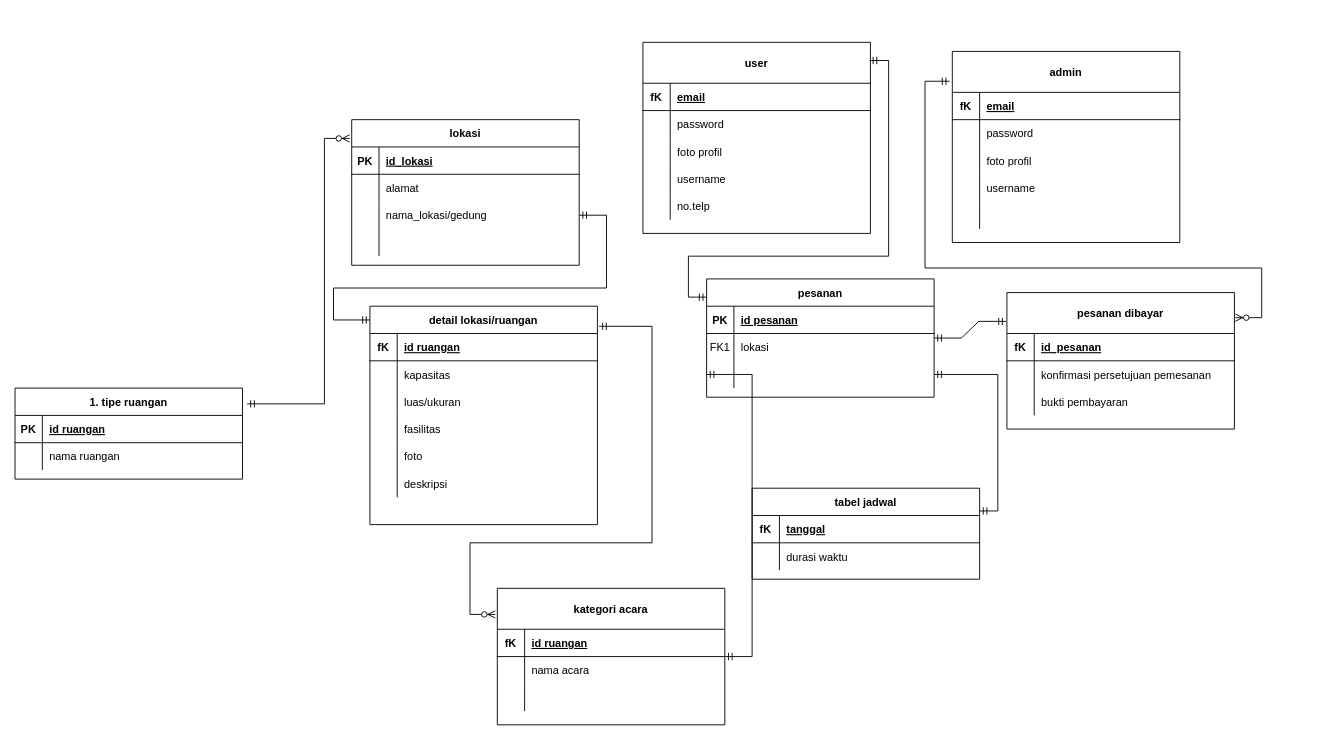
The draw.io diagram erd.drawio in ardya6/erd-dfd, before the edit. Source tidied: cells renumbered, new cells numbered last; positions are measured from the earlier drawing's top-left corner, leaving out a move shared by most shapes. Both pictures are drawn from the tidied source at 91%, with x=0, y=0 at pixel (15, 42).
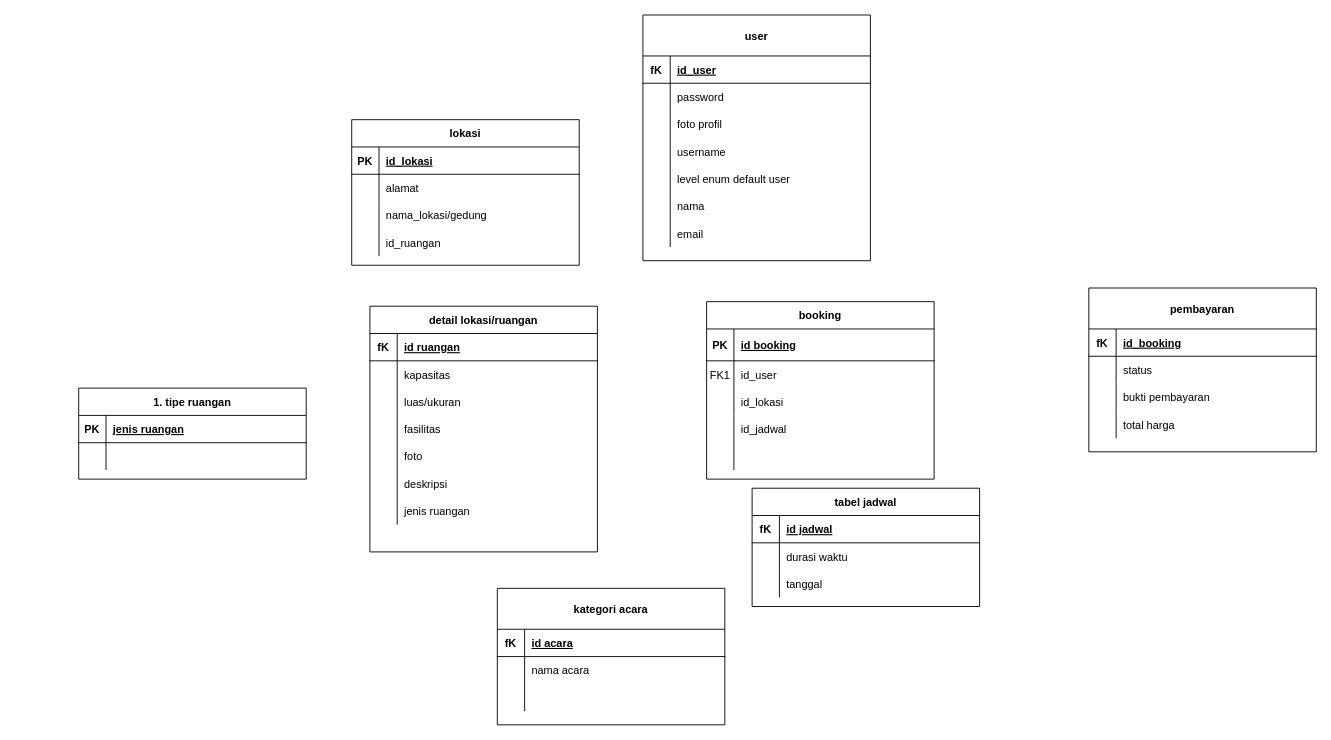
The same page after the edit.

The change refers to these unchanged cells:
```xml
<mxCell id="12" value="lokasi" style="shape=table;startSize=30;childLayout=tableLayout;rowLines=0;fontStyle=1;align=center;" parent="1" vertex="1">
  <mxGeometry x="370" y="85" width="250" height="160" as="geometry" />
</mxCell>
<mxCell id="19" style="shape=partialRectangle;fillColor=none;points=[[0,0.5],[1,0.5]];portConstraint=eastwest;top=0;left=0;right=0;bottom=0;" parent="12" vertex="1">
  <mxGeometry y="90" width="250" height="30" as="geometry" />
</mxCell>
<mxCell id="22" style="shape=partialRectangle;fillColor=none;top=0;left=0;right=0;bottom=0;" parent="12" vertex="1">
  <mxGeometry y="120" width="250" height="30" as="geometry" />
</mxCell>
<mxCell id="26" style="shape=partialRectangle;fillColor=none;top=0;left=0;right=0;bottom=1;" parent="25" vertex="1">
  <mxGeometry y="30" width="250" height="30" as="geometry" />
</mxCell>
<mxCell id="29" style="shape=partialRectangle;fillColor=none;top=0;left=0;right=0;bottom=0;" parent="25" vertex="1">
  <mxGeometry y="60" width="250" height="30" as="geometry" />
</mxCell>
<mxCell id="51" value="kategori acara" style="shape=table;startSize=45;childLayout=tableLayout;rowLines=0;fontStyle=1;align=center;" parent="1" vertex="1">
  <mxGeometry x="530" y="600" width="250" height="150" as="geometry" />
</mxCell>
<mxCell id="52" style="shape=partialRectangle;fillColor=none;top=0;left=0;right=0;bottom=1;" parent="51" vertex="1">
  <mxGeometry y="45" width="250" height="30" as="geometry" />
</mxCell>
<mxCell id="62" style="shape=partialRectangle;fillColor=none;top=0;left=0;right=0;bottom=1;" parent="61" vertex="1">
  <mxGeometry y="45" width="250" height="30" as="geometry" />
</mxCell>
<mxCell id="94" style="shape=partialRectangle;fillColor=none;top=0;left=0;right=0;bottom=1;" parent="93" vertex="1">
  <mxGeometry y="45" width="250" height="30" as="geometry" />
</mxCell>
<mxCell id="97" style="shape=partialRectangle;fillColor=none;top=0;left=0;right=0;bottom=0;" parent="93" vertex="1">
  <mxGeometry y="75" width="250" height="30" as="geometry" />
</mxCell>
<mxCell id="104" style="shape=partialRectangle;fillColor=none;top=0;left=0;right=0;bottom=1;" parent="103" vertex="1">
  <mxGeometry y="30" width="250" height="30" as="geometry" />
</mxCell>
```

Diff of the diagram source:
```diff
@@
-    <mxCell id="2" value="pesanan" style="shape=table;startSize=30;childLayout=tableLayout;rowLines=0;fontStyle=1;align=center;" parent="1" vertex="1">
-      <mxGeometry x="760" y="260" width="250" height="130" as="geometry" />
+    <mxCell id="2" value="booking" style="shape=table;startSize=30;childLayout=tableLayout;rowLines=0;fontStyle=1;align=center;" parent="1" vertex="1">
+      <mxGeometry x="760" y="285" width="250" height="195" as="geometry" />
     </mxCell>
     <mxCell id="3" style="shape=partialRectangle;fillColor=none;top=0;left=0;right=0;bottom=1;" parent="2" vertex="1">
-      <mxGeometry y="30" width="250" height="30" as="geometry" />
+      <mxGeometry y="30" width="250" height="35" as="geometry" />
     </mxCell>
     <mxCell id="4" value="PK" style="shape=partialRectangle;overflow=hidden;fillColor=none;top=0;left=0;bottom=0;right=0;fontStyle=1;" parent="3" vertex="1">
-      <mxGeometry width="30" height="30" as="geometry" />
+      <mxGeometry width="30" height="35" as="geometry" />
     </mxCell>
-    <mxCell id="5" value="id pesanan" style="shape=partialRectangle;overflow=hidden;fillColor=none;top=0;left=0;bottom=0;right=0;align=left;spacingLeft=6;fontStyle=5;" parent="3" vertex="1">
-      <mxGeometry x="30" width="220" height="30" as="geometry" />
+    <mxCell id="5" value="id booking" style="shape=partialRectangle;overflow=hidden;fillColor=none;top=0;left=0;bottom=0;right=0;align=left;spacingLeft=6;fontStyle=5;" parent="3" vertex="1">
+      <mxGeometry x="30" width="220" height="35" as="geometry" />
     </mxCell>
     <mxCell id="6" style="shape=partialRectangle;fillColor=none;top=0;left=0;right=0;bottom=0;" parent="2" vertex="1">
-      <mxGeometry y="60" width="250" height="30" as="geometry" />
+      <mxGeometry y="65" width="250" height="30" as="geometry" />
     </mxCell>
@@
-    <mxCell id="8" value="lokasi" style="shape=partialRectangle;overflow=hidden;fillColor=none;top=0;left=0;bottom=0;right=0;align=left;spacingLeft=6;" parent="6" vertex="1">
+    <mxCell id="8" value="id_user" style="shape=partialRectangle;overflow=hidden;fillColor=none;top=0;left=0;bottom=0;right=0;align=left;spacingLeft=6;" parent="6" vertex="1">
       <mxGeometry x="30" width="220" height="30" as="geometry" />
     </mxCell>
     <mxCell id="9" style="shape=partialRectangle;fillColor=none;points=[[0,0.5],[1,0.5]];portConstraint=eastwest;top=0;left=0;right=0;bottom=0;" parent="2" vertex="1">
-      <mxGeometry y="90" width="250" height="30" as="geometry" />
+      <mxGeometry y="95" width="250" height="30" as="geometry" />
     </mxCell>
@@
-    <mxCell id="11" style="shape=partialRectangle;overflow=hidden;fillColor=none;top=0;left=0;bottom=0;right=0;align=left;spacingLeft=6;" parent="9" vertex="1">
+    <mxCell id="11" value="id_lokasi" style="shape=partialRectangle;overflow=hidden;fillColor=none;top=0;left=0;bottom=0;right=0;align=left;spacingLeft=6;" parent="9" vertex="1">
       <mxGeometry x="30" width="220" height="30" as="geometry" />
     </mxCell>
+    <mxCell id="118" style="shape=partialRectangle;fillColor=none;top=0;left=0;right=0;bottom=0;" parent="2" vertex="1">
+      <mxGeometry y="125" width="250" height="30" as="geometry" />
+    </mxCell>
+    <mxCell id="119" style="shape=partialRectangle;overflow=hidden;fillColor=none;top=0;left=0;bottom=0;right=0;" parent="118" vertex="1">
+      <mxGeometry width="30" height="30" as="geometry" />
+    </mxCell>
+    <mxCell id="120" value="id_jadwal" style="shape=partialRectangle;overflow=hidden;fillColor=none;top=0;left=0;bottom=0;right=0;align=left;spacingLeft=6;" parent="118" vertex="1">
+      <mxGeometry x="30" width="220" height="30" as="geometry" />
+    </mxCell>
+    <mxCell id="121" style="shape=partialRectangle;fillColor=none;top=0;left=0;right=0;bottom=0;" parent="2" vertex="1">
+      <mxGeometry y="155" width="250" height="30" as="geometry" />
+    </mxCell>
+    <mxCell id="122" style="shape=partialRectangle;overflow=hidden;fillColor=none;top=0;left=0;bottom=0;right=0;" parent="121" vertex="1">
+      <mxGeometry width="30" height="30" as="geometry" />
+    </mxCell>
+    <mxCell id="92" style="shape=partialRectangle;overflow=hidden;fillColor=none;top=0;left=0;bottom=0;right=0;align=left;spacingLeft=6;" parent="121" vertex="1">
+      <mxGeometry x="30" width="220" height="30" as="geometry" />
+    </mxCell>
@@
-    <mxCell id="24" style="shape=partialRectangle;overflow=hidden;fillColor=none;top=0;left=0;bottom=0;right=0;align=left;spacingLeft=6;" parent="22" vertex="1">
+    <mxCell id="24" value="id_ruangan" style="shape=partialRectangle;overflow=hidden;fillColor=none;top=0;left=0;bottom=0;right=0;align=left;spacingLeft=6;" parent="22" vertex="1">
       <mxGeometry x="30" width="220" height="30" as="geometry" />
     </mxCell>
     <mxCell id="25" value="1. tipe ruangan" style="shape=table;startSize=30;childLayout=tableLayout;rowLines=0;fontStyle=1;align=center;" parent="1" vertex="1">
-      <mxGeometry y="380" width="250" height="100" as="geometry" />
+      <mxGeometry x="70" y="380" width="250" height="100" as="geometry" />
     </mxCell>
@@
-    <mxCell id="28" value="id ruangan" style="shape=partialRectangle;overflow=hidden;fillColor=none;top=0;left=0;bottom=0;right=0;align=left;spacingLeft=6;fontStyle=5;" parent="26" vertex="1">
+    <mxCell id="28" value="jenis ruangan" style="shape=partialRectangle;overflow=hidden;fillColor=none;top=0;left=0;bottom=0;right=0;align=left;spacingLeft=6;fontStyle=5;" parent="26" vertex="1">
       <mxGeometry x="30" width="220" height="30" as="geometry" />
     </mxCell>
@@
-    <mxCell id="31" value="nama ruangan" style="shape=partialRectangle;overflow=hidden;fillColor=none;top=0;left=0;bottom=0;right=0;align=left;spacingLeft=6;" parent="29" vertex="1">
+    <mxCell id="31" style="shape=partialRectangle;overflow=hidden;fillColor=none;top=0;left=0;bottom=0;right=0;align=left;spacingLeft=6;" parent="29" vertex="1">
       <mxGeometry x="30" width="220" height="30" as="geometry" />
     </mxCell>
     <mxCell id="32" value="detail lokasi/ruangan" style="shape=table;startSize=30;childLayout=tableLayout;rowLines=0;fontStyle=1;align=center;" parent="1" vertex="1">
-      <mxGeometry x="390" y="290" width="250" height="240" as="geometry" />
+      <mxGeometry x="390" y="290" width="250" height="270" as="geometry" />
     </mxCell>
@@
+    <mxCell id="123" style="shape=partialRectangle;fillColor=none;top=0;left=0;right=0;bottom=0;" parent="32" vertex="1">
+      <mxGeometry y="210" width="250" height="30" as="geometry" />
+    </mxCell>
+    <mxCell id="124" style="shape=partialRectangle;overflow=hidden;fillColor=none;top=0;left=0;bottom=0;right=0;" parent="123" vertex="1">
+      <mxGeometry width="30" height="30" as="geometry" />
+    </mxCell>
+    <mxCell id="125" value="jenis ruangan" style="shape=partialRectangle;overflow=hidden;fillColor=none;top=0;left=0;bottom=0;right=0;align=left;spacingLeft=6;" parent="123" vertex="1">
+      <mxGeometry x="30" width="220" height="30" as="geometry" />
+    </mxCell>
@@
-    <mxCell id="54" value="id ruangan" style="shape=partialRectangle;overflow=hidden;fillColor=none;top=0;left=0;bottom=0;right=0;align=left;spacingLeft=6;fontStyle=5;" parent="52" vertex="1">
+    <mxCell id="54" value="id acara" style="shape=partialRectangle;overflow=hidden;fillColor=none;top=0;left=0;bottom=0;right=0;align=left;spacingLeft=6;fontStyle=5;" parent="52" vertex="1">
       <mxGeometry x="30" width="220" height="30" as="geometry" />
     </mxCell>
@@
     <mxCell id="61" value="user" style="shape=table;startSize=45;childLayout=tableLayout;rowLines=0;fontStyle=1;align=center;" parent="1" vertex="1">
-      <mxGeometry x="690" width="250" height="210" as="geometry" />
+      <mxGeometry x="690" y="-30" width="250" height="270" as="geometry" />
     </mxCell>
@@
-    <mxCell id="64" value="email" style="shape=partialRectangle;overflow=hidden;fillColor=none;top=0;left=0;bottom=0;right=0;align=left;spacingLeft=6;fontStyle=5;" parent="62" vertex="1">
+    <mxCell id="64" value="id_user" style="shape=partialRectangle;overflow=hidden;fillColor=none;top=0;left=0;bottom=0;right=0;align=left;spacingLeft=6;fontStyle=5;" parent="62" vertex="1">
       <mxGeometry x="30" width="220" height="30" as="geometry" />
     </mxCell>
@@
-    <mxCell id="74" style="shape=partialRectangle;fillColor=none;top=0;left=0;right=0;bottom=0;" parent="61" vertex="1">
-      <mxGeometry y="165" width="250" height="30" as="geometry" />
-    </mxCell>
-    <mxCell id="75" style="shape=partialRectangle;overflow=hidden;fillColor=none;top=0;left=0;bottom=0;right=0;" parent="74" vertex="1">
-      <mxGeometry width="30" height="30" as="geometry" />
-    </mxCell>
-    <mxCell id="76" value="no.telp" style="shape=partialRectangle;overflow=hidden;fillColor=none;top=0;left=0;bottom=0;right=0;align=left;spacingLeft=6;" parent="74" vertex="1">
-      <mxGeometry x="30" width="220" height="30" as="geometry" />
-    </mxCell>
-    <mxCell id="77" value="admin" style="shape=table;startSize=45;childLayout=tableLayout;rowLines=0;fontStyle=1;align=center;" parent="1" vertex="1">
-      <mxGeometry x="1030" y="10" width="250" height="210" as="geometry" />
-    </mxCell>
-    <mxCell id="78" style="shape=partialRectangle;fillColor=none;top=0;left=0;right=0;bottom=1;" parent="77" vertex="1">
-      <mxGeometry y="45" width="250" height="30" as="geometry" />
-    </mxCell>
-    <mxCell id="79" value="fK" style="shape=partialRectangle;overflow=hidden;fillColor=none;top=0;left=0;bottom=0;right=0;fontStyle=1;" parent="78" vertex="1">
-      <mxGeometry width="30" height="30" as="geometry" />
-    </mxCell>
+    <mxCell id="126" style="shape=partialRectangle;fillColor=none;top=0;left=0;right=0;bottom=0;" parent="61" vertex="1">
+      <mxGeometry y="165" width="250" height="30" as="geometry" />
+    </mxCell>
+    <mxCell id="127" style="shape=partialRectangle;overflow=hidden;fillColor=none;top=0;left=0;bottom=0;right=0;" parent="126" vertex="1">
+      <mxGeometry width="30" height="30" as="geometry" />
+    </mxCell>
+    <mxCell id="128" value="level enum default user" style="shape=partialRectangle;overflow=hidden;fillColor=none;top=0;left=0;bottom=0;right=0;align=left;spacingLeft=6;" parent="126" vertex="1">
+      <mxGeometry x="30" width="220" height="30" as="geometry" />
+    </mxCell>
+    <mxCell id="129" style="shape=partialRectangle;fillColor=none;top=0;left=0;right=0;bottom=0;" parent="61" vertex="1">
+      <mxGeometry y="195" width="250" height="30" as="geometry" />
+    </mxCell>
+    <mxCell id="130" style="shape=partialRectangle;overflow=hidden;fillColor=none;top=0;left=0;bottom=0;right=0;" parent="129" vertex="1">
+      <mxGeometry width="30" height="30" as="geometry" />
+    </mxCell>
+    <mxCell id="131" value="nama" style="shape=partialRectangle;overflow=hidden;fillColor=none;top=0;left=0;bottom=0;right=0;align=left;spacingLeft=6;" parent="129" vertex="1">
+      <mxGeometry x="30" width="220" height="30" as="geometry" />
+    </mxCell>
+    <mxCell id="132" style="shape=partialRectangle;fillColor=none;top=0;left=0;right=0;bottom=0;" parent="61" vertex="1">
+      <mxGeometry y="225" width="250" height="30" as="geometry" />
+    </mxCell>
+    <mxCell id="133" style="shape=partialRectangle;overflow=hidden;fillColor=none;top=0;left=0;bottom=0;right=0;" parent="132" vertex="1">
+      <mxGeometry width="30" height="30" as="geometry" />
+    </mxCell>
-    <mxCell id="80" value="email" style="shape=partialRectangle;overflow=hidden;fillColor=none;top=0;left=0;bottom=0;right=0;align=left;spacingLeft=6;fontStyle=5;" parent="78" vertex="1">
+    <mxCell id="80" value="email" style="shape=partialRectangle;overflow=hidden;fillColor=none;top=0;left=0;bottom=0;right=0;align=left;spacingLeft=6;" parent="132" vertex="1">
       <mxGeometry x="30" width="220" height="30" as="geometry" />
     </mxCell>
-    <mxCell id="81" style="shape=partialRectangle;fillColor=none;top=0;left=0;right=0;bottom=0;" parent="77" vertex="1">
-      <mxGeometry y="75" width="250" height="30" as="geometry" />
-    </mxCell>
-    <mxCell id="82" style="shape=partialRectangle;overflow=hidden;fillColor=none;top=0;left=0;bottom=0;right=0;" parent="81" vertex="1">
-      <mxGeometry width="30" height="30" as="geometry" />
-    </mxCell>
-    <mxCell id="83" value="password" style="shape=partialRectangle;overflow=hidden;fillColor=none;top=0;left=0;bottom=0;right=0;align=left;spacingLeft=6;" parent="81" vertex="1">
-      <mxGeometry x="30" width="220" height="30" as="geometry" />
-    </mxCell>
-    <mxCell id="84" style="shape=partialRectangle;fillColor=none;top=0;left=0;right=0;bottom=0;" parent="77" vertex="1">
-      <mxGeometry y="105" width="250" height="30" as="geometry" />
-    </mxCell>
-    <mxCell id="85" style="shape=partialRectangle;overflow=hidden;fillColor=none;top=0;left=0;bottom=0;right=0;" parent="84" vertex="1">
-      <mxGeometry width="30" height="30" as="geometry" />
-    </mxCell>
-    <mxCell id="86" value="foto profil" style="shape=partialRectangle;overflow=hidden;fillColor=none;top=0;left=0;bottom=0;right=0;align=left;spacingLeft=6;" parent="84" vertex="1">
-      <mxGeometry x="30" width="220" height="30" as="geometry" />
-    </mxCell>
-    <mxCell id="87" style="shape=partialRectangle;fillColor=none;top=0;left=0;right=0;bottom=0;" parent="77" vertex="1">
-      <mxGeometry y="135" width="250" height="30" as="geometry" />
-    </mxCell>
-    <mxCell id="88" style="shape=partialRectangle;overflow=hidden;fillColor=none;top=0;left=0;bottom=0;right=0;" parent="87" vertex="1">
-      <mxGeometry width="30" height="30" as="geometry" />
-    </mxCell>
-    <mxCell id="89" value="username" style="shape=partialRectangle;overflow=hidden;fillColor=none;top=0;left=0;bottom=0;right=0;align=left;spacingLeft=6;" parent="87" vertex="1">
-      <mxGeometry x="30" width="220" height="30" as="geometry" />
-    </mxCell>
-    <mxCell id="90" style="shape=partialRectangle;fillColor=none;top=0;left=0;right=0;bottom=0;" parent="77" vertex="1">
-      <mxGeometry y="165" width="250" height="30" as="geometry" />
-    </mxCell>
-    <mxCell id="91" style="shape=partialRectangle;overflow=hidden;fillColor=none;top=0;left=0;bottom=0;right=0;" parent="90" vertex="1">
-      <mxGeometry width="30" height="30" as="geometry" />
-    </mxCell>
-    <mxCell id="92" style="shape=partialRectangle;overflow=hidden;fillColor=none;top=0;left=0;bottom=0;right=0;align=left;spacingLeft=6;" parent="90" vertex="1">
-      <mxGeometry x="30" width="220" height="30" as="geometry" />
-    </mxCell>
-    <mxCell id="93" value="pesanan dibayar" style="shape=table;startSize=45;childLayout=tableLayout;rowLines=0;fontStyle=1;align=center;" parent="1" vertex="1">
-      <mxGeometry x="1090" y="275" width="250" height="150" as="geometry" />
+    <mxCell id="93" value="pembayaran" style="shape=table;startSize=45;childLayout=tableLayout;rowLines=0;fontStyle=1;align=center;" parent="1" vertex="1">
+      <mxGeometry x="1180" y="270" width="250" height="180" as="geometry" />
     </mxCell>
@@
-    <mxCell id="96" value="id_pesanan" style="shape=partialRectangle;overflow=hidden;fillColor=none;top=0;left=0;bottom=0;right=0;align=left;spacingLeft=6;fontStyle=5;" parent="94" vertex="1">
+    <mxCell id="96" value="id_booking" style="shape=partialRectangle;overflow=hidden;fillColor=none;top=0;left=0;bottom=0;right=0;align=left;spacingLeft=6;fontStyle=5;" parent="94" vertex="1">
       <mxGeometry x="30" width="220" height="30" as="geometry" />
     </mxCell>
@@
-    <mxCell id="99" value="konfirmasi persetujuan pemesanan" style="shape=partialRectangle;overflow=hidden;fillColor=none;top=0;left=0;bottom=0;right=0;align=left;spacingLeft=6;" parent="97" vertex="1">
+    <mxCell id="99" value="status" style="shape=partialRectangle;overflow=hidden;fillColor=none;top=0;left=0;bottom=0;right=0;align=left;spacingLeft=6;" parent="97" vertex="1">
       <mxGeometry x="30" width="220" height="30" as="geometry" />
     </mxCell>
@@
+    <mxCell id="87" style="shape=partialRectangle;fillColor=none;top=0;left=0;right=0;bottom=0;" parent="93" vertex="1">
+      <mxGeometry y="135" width="250" height="30" as="geometry" />
+    </mxCell>
+    <mxCell id="134" style="shape=partialRectangle;overflow=hidden;fillColor=none;top=0;left=0;bottom=0;right=0;" parent="87" vertex="1">
+      <mxGeometry width="30" height="30" as="geometry" />
+    </mxCell>
+    <mxCell id="135" value="total harga" style="shape=partialRectangle;overflow=hidden;fillColor=none;top=0;left=0;bottom=0;right=0;align=left;spacingLeft=6;" parent="87" vertex="1">
+      <mxGeometry x="30" width="220" height="30" as="geometry" />
+    </mxCell>
     <mxCell id="103" value="tabel jadwal" style="shape=table;startSize=30;childLayout=tableLayout;rowLines=0;fontStyle=1;align=center;" parent="1" vertex="1">
-      <mxGeometry x="810" y="490" width="250" height="100" as="geometry" />
+      <mxGeometry x="810" y="490" width="250" height="130" as="geometry" />
     </mxCell>
@@
-    <mxCell id="106" value="tanggal" style="shape=partialRectangle;overflow=hidden;fillColor=none;top=0;left=0;bottom=0;right=0;align=left;spacingLeft=6;fontStyle=5;" parent="104" vertex="1">
+    <mxCell id="106" value="id jadwal" style="shape=partialRectangle;overflow=hidden;fillColor=none;top=0;left=0;bottom=0;right=0;align=left;spacingLeft=6;fontStyle=5;" parent="104" vertex="1">
       <mxGeometry x="30" width="220" height="30" as="geometry" />
     </mxCell>
@@
-    <mxCell id="110" style="edgeStyle=orthogonalEdgeStyle;fontSize=12;html=1;endArrow=ERzeroToMany;startArrow=ERmandOne;rounded=0;exitX=1.02;exitY=0.173;exitDx=0;exitDy=0;exitPerimeter=0;entryX=-0.009;entryY=0.129;entryDx=0;entryDy=0;entryPerimeter=0;" parent="1" edge="1" source="25" target="12">
-      <mxGeometry relative="1" as="geometry">
-        <Array as="points">
-          <mxPoint x="340" y="397" />
-          <mxPoint x="340" y="106" />
-        </Array>
-      </mxGeometry>
-    </mxCell>
-    <mxCell id="111" style="edgeStyle=orthogonalEdgeStyle;fontSize=12;html=1;endArrow=ERmandOne;startArrow=ERmandOne;rounded=0;entryX=0;entryY=0.063;entryDx=0;entryDy=0;entryPerimeter=0;exitX=1;exitY=0.5;exitDx=0;exitDy=0;" parent="1" edge="1" source="19" target="32">
-      <mxGeometry relative="1" as="geometry">
-        <Array as="points">
-          <mxPoint x="650" y="190" />
-          <mxPoint x="650" y="270" />
-          <mxPoint x="350" y="270" />
-          <mxPoint x="350" y="305" />
-        </Array>
-      </mxGeometry>
-    </mxCell>
-    <mxCell id="112" style="edgeStyle=orthogonalEdgeStyle;fontSize=12;html=1;endArrow=ERmandOne;startArrow=ERmandOne;rounded=0;entryX=0.996;entryY=0.095;entryDx=0;entryDy=0;entryPerimeter=0;exitX=0;exitY=0.154;exitDx=0;exitDy=0;exitPerimeter=0;" parent="1" edge="1" source="2" target="61">
-      <mxGeometry relative="1" as="geometry">
-        <Array as="points">
-          <mxPoint x="740" y="280" />
-          <mxPoint x="740" y="235" />
-          <mxPoint x="960" y="235" />
-          <mxPoint x="960" y="20" />
-        </Array>
-      </mxGeometry>
-    </mxCell>
-    <mxCell id="113" style="edgeStyle=orthogonalEdgeStyle;fontSize=12;html=1;endArrow=ERzeroToMany;startArrow=ERmandOne;rounded=0;exitX=1.007;exitY=0.092;exitDx=0;exitDy=0;exitPerimeter=0;entryX=-0.009;entryY=0.191;entryDx=0;entryDy=0;entryPerimeter=0;" parent="1" edge="1" source="32" target="51">
-      <mxGeometry relative="1" as="geometry">
-        <Array as="points">
-          <mxPoint x="700" y="312" />
-          <mxPoint x="700" y="550" />
-          <mxPoint x="500" y="550" />
-          <mxPoint x="500" y="629" />
-        </Array>
-      </mxGeometry>
-    </mxCell>
-    <mxCell id="114" style="edgeStyle=entityRelationEdgeStyle;fontSize=12;html=1;endArrow=ERmandOne;startArrow=ERmandOne;rounded=0;entryX=-0.004;entryY=0.211;entryDx=0;entryDy=0;entryPerimeter=0;" parent="1" edge="1" source="2" target="93">
-      <mxGeometry relative="1" as="geometry" />
-    </mxCell>
-    <mxCell id="115" style="edgeStyle=entityRelationEdgeStyle;fontSize=12;html=1;endArrow=ERmandOne;startArrow=ERmandOne;rounded=0;entryX=0;entryY=0.5;entryDx=0;entryDy=0;" parent="1" edge="1" source="51" target="9">
-      <mxGeometry relative="1" as="geometry" />
-    </mxCell>
-    <mxCell id="116" style="edgeStyle=orthogonalEdgeStyle;fontSize=12;html=1;endArrow=ERmandOne;startArrow=ERmandOne;rounded=0;exitX=1;exitY=0.25;exitDx=0;exitDy=0;entryX=1;entryY=0.5;entryDx=0;entryDy=0;" parent="1" edge="1" source="103" target="9">
-      <mxGeometry relative="1" as="geometry">
-        <Array as="points">
-          <mxPoint x="1080" y="515" />
-          <mxPoint x="1080" y="365" />
-        </Array>
-      </mxGeometry>
-    </mxCell>
-    <mxCell id="117" style="edgeStyle=orthogonalEdgeStyle;fontSize=12;html=1;endArrow=ERzeroToMany;startArrow=ERmandOne;rounded=0;exitX=-0.012;exitY=0.156;exitDx=0;exitDy=0;exitPerimeter=0;entryX=1.004;entryY=0.184;entryDx=0;entryDy=0;entryPerimeter=0;" parent="1" edge="1" source="77" target="93">
-      <mxGeometry relative="1" as="geometry">
-        <Array as="points">
-          <mxPoint x="1000" y="43" />
-          <mxPoint x="1000" y="248" />
-          <mxPoint x="1370" y="248" />
-          <mxPoint x="1370" y="303" />
-        </Array>
-      </mxGeometry>
-    </mxCell>
+    <mxCell id="136" style="shape=partialRectangle;fillColor=none;top=0;left=0;right=0;bottom=0;" parent="103" vertex="1">
+      <mxGeometry y="90" width="250" height="30" as="geometry" />
+    </mxCell>
+    <mxCell id="137" style="shape=partialRectangle;overflow=hidden;fillColor=none;top=0;left=0;bottom=0;right=0;" parent="136" vertex="1">
+      <mxGeometry width="30" height="30" as="geometry" />
+    </mxCell>
+    <mxCell id="138" value="tanggal" style="shape=partialRectangle;overflow=hidden;fillColor=none;top=0;left=0;bottom=0;right=0;align=left;spacingLeft=6;" parent="136" vertex="1">
+      <mxGeometry x="30" width="220" height="30" as="geometry" />
+    </mxCell>
```
